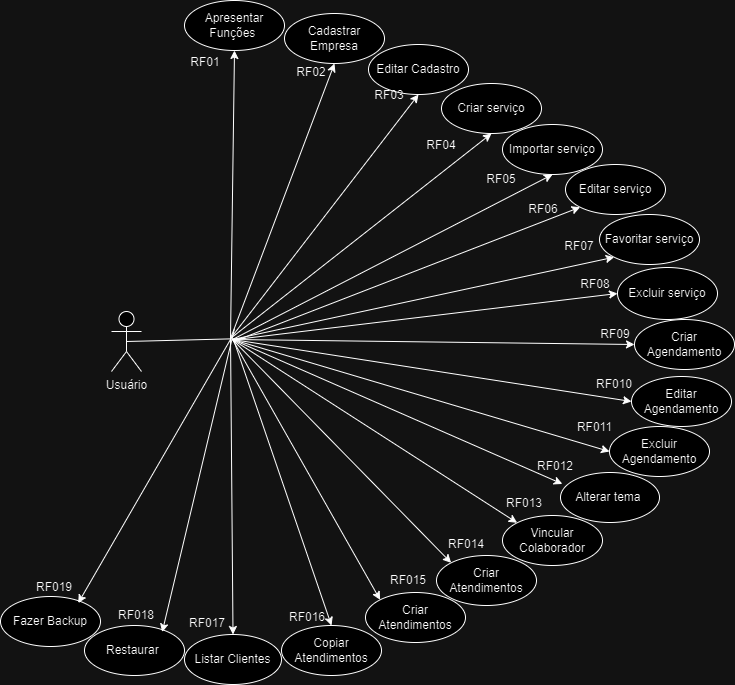
ChavesSWDev/LembraApp keeps this draw.io diagram as assets/Imagens/incremento04.png. Above is the earlier version. Source tidied: cells renumbered, new cells last; positions are measured from the earlier drawing's top-left corner, leaving out a move shared by most shapes.
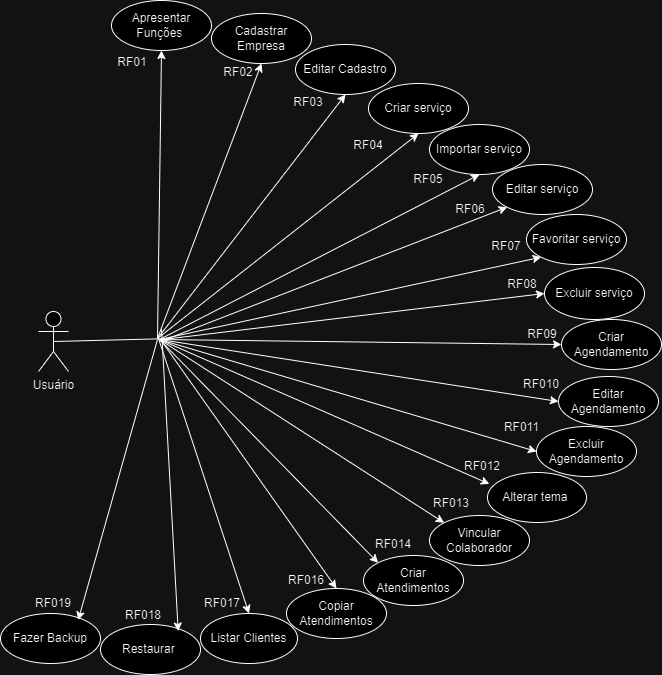
Later version of the same file.

Change to the diagram source:
```diff
@@ -33,7 +33,7 @@
       <mxGeometry x="281" y="57" width="60" height="30" as="geometry" />
     </mxCell>
     <mxCell id="10" value="RF03" style="text;html=1;strokeColor=none;fillColor=none;align=center;verticalAlign=middle;whiteSpace=wrap;rounded=0;" parent="1" vertex="1">
-      <mxGeometry x="359" y="80" width="60" height="30" as="geometry" />
+      <mxGeometry x="351" y="87" width="60" height="30" as="geometry" />
     </mxCell>
     <mxCell id="11" value="Importar serviço" style="ellipse;whiteSpace=wrap;html=1;" parent="1" vertex="1">
       <mxGeometry x="502" y="124" width="100" height="50" as="geometry" />
@@ -112,29 +112,23 @@
     <mxCell id="35" value="RF014" style="text;html=1;strokeColor=none;fillColor=none;align=center;verticalAlign=middle;whiteSpace=wrap;rounded=0;" parent="1" vertex="1">
       <mxGeometry x="436" y="529" width="60" height="30" as="geometry" />
     </mxCell>
-    <mxCell id="36" value="Criar Atendimentos" style="ellipse;whiteSpace=wrap;html=1;" parent="1" vertex="1">
-      <mxGeometry x="365" y="592" width="100" height="50" as="geometry" />
-    </mxCell>
     <mxCell id="37" value="Copiar Atendimentos" style="ellipse;whiteSpace=wrap;html=1;rotation=0;" parent="1" vertex="1">
-      <mxGeometry x="281" y="625" width="100" height="50" as="geometry" />
+      <mxGeometry x="359" y="588" width="100" height="50" as="geometry" />
     </mxCell>
-    <mxCell id="38" value="RF015" style="text;html=1;strokeColor=none;fillColor=none;align=center;verticalAlign=middle;whiteSpace=wrap;rounded=0;" parent="1" vertex="1">
-      <mxGeometry x="378" y="565" width="60" height="30" as="geometry" />
-    </mxCell>
     <mxCell id="39" value="RF016" style="text;html=1;strokeColor=none;fillColor=none;align=center;verticalAlign=middle;whiteSpace=wrap;rounded=0;" parent="1" vertex="1">
-      <mxGeometry x="277" y="602" width="60" height="30" as="geometry" />
+      <mxGeometry x="349" y="565" width="60" height="30" as="geometry" />
     </mxCell>
     <mxCell id="40" value="Listar Clientes" style="ellipse;whiteSpace=wrap;html=1;" parent="1" vertex="1">
-      <mxGeometry x="184" y="634" width="97" height="50" as="geometry" />
+      <mxGeometry x="273" y="613" width="97" height="50" as="geometry" />
     </mxCell>
     <mxCell id="41" value="RF017" style="text;html=1;strokeColor=none;fillColor=none;align=center;verticalAlign=middle;whiteSpace=wrap;rounded=0;" parent="1" vertex="1">
-      <mxGeometry x="177" y="608" width="60" height="30" as="geometry" />
+      <mxGeometry x="265" y="588" width="60" height="30" as="geometry" />
     </mxCell>
     <mxCell id="42" value="RF018" style="text;html=1;strokeColor=none;fillColor=none;align=center;verticalAlign=middle;whiteSpace=wrap;rounded=0;" parent="1" vertex="1">
-      <mxGeometry x="106" y="600" width="60" height="30" as="geometry" />
+      <mxGeometry x="186" y="600" width="60" height="30" as="geometry" />
     </mxCell>
     <mxCell id="43" value="Restaurar&amp;nbsp;" style="ellipse;whiteSpace=wrap;html=1;" parent="1" vertex="1">
-      <mxGeometry x="84" y="625" width="100" height="50" as="geometry" />
+      <mxGeometry x="173" y="624" width="100" height="50" as="geometry" />
     </mxCell>
     <mxCell id="44" value="Usuário" style="shape=umlActor;verticalLabelPosition=bottom;verticalAlign=top;html=1;outlineConnect=0;" parent="1" vertex="1">
       <mxGeometry x="111" y="311" width="30" height="60" as="geometry" />
@@ -154,11 +148,6 @@
         <mxPoint x="233" y="339" as="sourcePoint" />
       </mxGeometry>
     </mxCell>
-    <mxCell id="48" style="endArrow=classic;html=1;rounded=0;entryX=0;entryY=0;entryDx=0;entryDy=0;" parent="1" edge="1" target="36">
-      <mxGeometry relative="1" as="geometry">
-        <mxPoint x="232" y="339" as="sourcePoint" />
-      </mxGeometry>
-    </mxCell>
     <mxCell id="49" style="endArrow=classic;html=1;rounded=0;entryX=0;entryY=0;entryDx=0;entryDy=0;" parent="1" edge="1" target="34">
       <mxGeometry relative="1" as="geometry">
         <mxPoint x="232" y="339" as="sourcePoint" />
@@ -215,10 +204,10 @@
       </mxGeometry>
     </mxCell>
     <mxCell id="60" value="RF019" style="text;html=1;strokeColor=none;fillColor=none;align=center;verticalAlign=middle;whiteSpace=wrap;rounded=0;" parent="1" vertex="1">
-      <mxGeometry x="24" y="572" width="60" height="30" as="geometry" />
+      <mxGeometry x="96" y="588" width="60" height="30" as="geometry" />
     </mxCell>
     <mxCell id="61" value="Fazer Backup" style="ellipse;whiteSpace=wrap;html=1;" parent="1" vertex="1">
-      <mxGeometry y="596" width="100" height="50" as="geometry" />
+      <mxGeometry x="73" y="613" width="100" height="50" as="geometry" />
     </mxCell>
     <mxCell id="62" style="endArrow=classic;html=1;rounded=0;entryX=0.777;entryY=0.131;entryDx=0;entryDy=0;entryPerimeter=0;" parent="1" edge="1" target="61">
       <mxGeometry relative="1" as="geometry">
```
